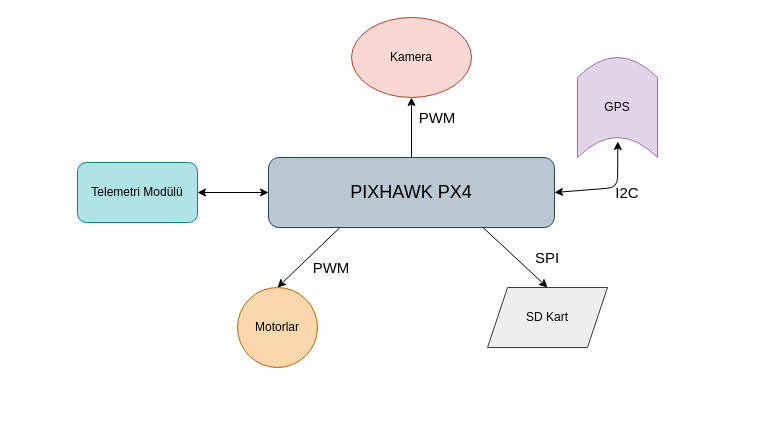
Above: Model Satellite Diagrams/Communications-Diagram.drawio in mthaasen/My-Diagrams (draw.io), before the change. Source tidied: cells renumbered, new cells numbered last; positions are measured from the earlier drawing's top-left corner, leaving out a move shared by most shapes. Both pictures are drawn from the tidied source at 100%, with x=0, y=0 at pixel (77, 17).
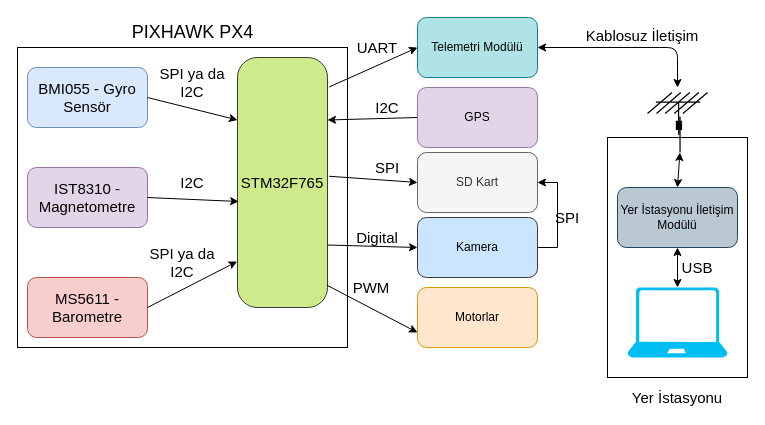
The same diagram, later.

What changed in the source:
```diff
@@
+    <mxCell id="17" style="rounded=0;whiteSpace=wrap;html=1;fillColor=none;" parent="1" vertex="1">
+      <mxGeometry x="-60" y="30" width="330" height="300" as="geometry" />
+    </mxCell>
+    <mxCell id="18" style="rounded=0;whiteSpace=wrap;html=1;fillColor=none;gradientColor=none;" parent="1" vertex="1">
+      <mxGeometry x="530" y="120" width="140" height="240" as="geometry" />
+    </mxCell>
-    <mxCell id="2" value="&lt;font style=&quot;font-size: 18px&quot;&gt;PIXHAWK PX4&lt;/font&gt;" style="rounded=1;whiteSpace=wrap;html=1;fillColor=#bac8d3;strokeColor=#23445d;" parent="1" vertex="1">
-      <mxGeometry x="191" y="140" width="286" height="70" as="geometry" />
+    <mxCell id="2" value="&lt;font style=&quot;font-size: 15px&quot;&gt;STM32F765&lt;/font&gt;" style="rounded=1;whiteSpace=wrap;html=1;fillColor=#cdeb8b;strokeColor=#36393d;arcSize=22;" parent="1" vertex="1">
+      <mxGeometry x="160" y="40" width="90" height="250" as="geometry" />
     </mxCell>
-    <mxCell id="3" value="Kamera" style="ellipse;whiteSpace=wrap;html=1;fillColor=#fad9d5;strokeColor=#ae4132;" parent="1" vertex="1">
-      <mxGeometry x="274" width="120" height="80" as="geometry" />
-    </mxCell>
     <mxCell id="4" value="Telemetri Modülü" style="rounded=1;whiteSpace=wrap;html=1;fillColor=#b0e3e6;strokeColor=#0e8088;" parent="1" vertex="1">
-      <mxGeometry y="145" width="120" height="60" as="geometry" />
+      <mxGeometry x="340" width="120" height="60" as="geometry" />
     </mxCell>
-    <mxCell id="5" style="endArrow=classic;startArrow=classic;html=1;entryX=0;entryY=0.5;entryDx=0;entryDy=0;exitX=1;exitY=0.5;exitDx=0;exitDy=0;" parent="1" edge="1" source="4" target="2">
-      <mxGeometry relative="1" as="geometry" />
-    </mxCell>
-    <mxCell id="6" value="Motorlar" style="ellipse;whiteSpace=wrap;html=1;fillColor=#fad7ac;strokeColor=#b46504;" parent="1" vertex="1">
-      <mxGeometry x="160" y="270" width="80" height="80" as="geometry" />
-    </mxCell>
-    <mxCell id="7" style="endArrow=classic;html=1;entryX=0.5;entryY=0;entryDx=0;entryDy=0;exitX=0.25;exitY=1;exitDx=0;exitDy=0;" parent="1" edge="1" source="2" target="6">
+    <mxCell id="7" style="endArrow=classic;html=1;entryX=0;entryY=0.75;entryDx=0;entryDy=0;exitX=1;exitY=0.912;exitDx=0;exitDy=0;exitPerimeter=0;" parent="1" edge="1" source="2" target="6">
       <mxGeometry relative="1" as="geometry" />
     </mxCell>
-    <mxCell id="8" value="SD Kart" style="shape=parallelogram;perimeter=parallelogramPerimeter;whiteSpace=wrap;html=1;fixedSize=1;fillColor=#eeeeee;strokeColor=#36393d;" parent="1" vertex="1">
-      <mxGeometry x="410" y="270" width="120" height="60" as="geometry" />
-    </mxCell>
-    <mxCell id="9" style="endArrow=classic;html=1;entryX=0.5;entryY=0;entryDx=0;entryDy=0;exitX=0.75;exitY=1;exitDx=0;exitDy=0;" parent="1" edge="1" source="2" target="8">
+    <mxCell id="9" style="endArrow=classic;html=1;entryX=0;entryY=0.5;entryDx=0;entryDy=0;exitX=1.018;exitY=0.475;exitDx=0;exitDy=0;exitPerimeter=0;" parent="1" edge="1" source="2" target="8">
       <mxGeometry relative="1" as="geometry" />
     </mxCell>
-    <mxCell id="10" value="GPS&lt;br&gt;" style="shape=dataStorage;whiteSpace=wrap;html=1;fixedSize=1;rotation=90;horizontal=0;verticalAlign=middle;flipH=0;flipV=0;fillColor=#e1d5e7;strokeColor=#9673a6;" parent="1" vertex="1">
-      <mxGeometry x="490" y="50" width="100" height="80" as="geometry" />
-    </mxCell>
-    <mxCell id="11" style="endArrow=classic;startArrow=classic;html=1;exitX=1;exitY=0.5;exitDx=0;exitDy=0;entryX=0.84;entryY=0.495;entryDx=0;entryDy=0;entryPerimeter=0;" parent="1" edge="1" source="2" target="10">
-      <mxGeometry relative="1" as="geometry">
-        <Array as="points">
-          <mxPoint x="540" y="170" />
-        </Array>
-      </mxGeometry>
-    </mxCell>
     <mxCell id="12" value="&lt;font style=&quot;font-size: 15px&quot;&gt;I2C&lt;/font&gt;" style="text;html=1;strokeColor=none;fillColor=none;align=center;verticalAlign=middle;whiteSpace=wrap;rounded=0;" parent="1" vertex="1">
-      <mxGeometry x="530" y="165" width="40" height="20" as="geometry" />
+      <mxGeometry x="290" y="80" width="40" height="20" as="geometry" />
     </mxCell>
     <mxCell id="13" value="&lt;font style=&quot;font-size: 15px&quot;&gt;PWM&lt;/font&gt;" style="text;html=1;strokeColor=none;fillColor=none;align=center;verticalAlign=middle;whiteSpace=wrap;rounded=0;" parent="1" vertex="1">
-      <mxGeometry x="234" y="240" width="40" height="20" as="geometry" />
+      <mxGeometry x="273.5" y="260" width="40" height="20" as="geometry" />
     </mxCell>
-    <mxCell id="14" value="&lt;font style=&quot;font-size: 15px&quot;&gt;PWM&lt;/font&gt;" style="text;html=1;strokeColor=none;fillColor=none;align=center;verticalAlign=middle;whiteSpace=wrap;rounded=0;" parent="1" vertex="1">
-      <mxGeometry x="340" y="90" width="40" height="20" as="geometry" />
-    </mxCell>
-    <mxCell id="15" style="endArrow=classic;html=1;exitX=0.5;exitY=0;exitDx=0;exitDy=0;entryX=0.5;entryY=1;entryDx=0;entryDy=0;" parent="1" edge="1" source="2" target="3">
+    <mxCell id="15" style="endArrow=classic;html=1;exitX=1;exitY=0.75;exitDx=0;exitDy=0;entryX=0;entryY=0.5;entryDx=0;entryDy=0;" parent="1" edge="1" source="2" target="3">
       <mxGeometry relative="1" as="geometry" />
     </mxCell>
     <mxCell id="16" value="&lt;font style=&quot;font-size: 15px&quot;&gt;SPI&lt;/font&gt;" style="text;html=1;strokeColor=none;fillColor=none;align=center;verticalAlign=middle;whiteSpace=wrap;rounded=0;" parent="1" vertex="1">
-      <mxGeometry x="450" y="230" width="40" height="20" as="geometry" />
+      <mxGeometry x="290" y="140" width="40" height="20" as="geometry" />
     </mxCell>
+    <mxCell id="19" value="&lt;font style=&quot;font-size: 15px&quot;&gt;UART&lt;/font&gt;" style="text;html=1;strokeColor=none;fillColor=none;align=center;verticalAlign=middle;whiteSpace=wrap;rounded=0;" parent="1" vertex="1">
+      <mxGeometry x="280" y="20" width="40" height="20" as="geometry" />
+    </mxCell>
+    <mxCell id="20" style="endArrow=classic;html=1;entryX=0;entryY=0.5;entryDx=0;entryDy=0;exitX=1.018;exitY=0.118;exitDx=0;exitDy=0;exitPerimeter=0;" parent="1" edge="1" source="2" target="4">
+      <mxGeometry relative="1" as="geometry" />
+    </mxCell>
+    <mxCell id="21" value="&lt;font style=&quot;font-size: 15px&quot;&gt;Digital&lt;/font&gt;" style="text;html=1;strokeColor=none;fillColor=none;align=center;verticalAlign=middle;whiteSpace=wrap;rounded=0;" parent="1" vertex="1">
+      <mxGeometry x="280" y="210" width="40" height="20" as="geometry" />
+    </mxCell>
+    <mxCell id="22" value="&lt;font style=&quot;font-size: 15px&quot;&gt;SPI&lt;/font&gt;" style="text;html=1;strokeColor=none;fillColor=none;align=center;verticalAlign=middle;whiteSpace=wrap;rounded=0;" parent="1" vertex="1">
+      <mxGeometry x="470" y="190" width="40" height="20" as="geometry" />
+    </mxCell>
+    <mxCell id="23" style="endArrow=classic;html=1;exitX=0;exitY=0.5;exitDx=0;exitDy=0;entryX=1;entryY=0.25;entryDx=0;entryDy=0;" parent="1" edge="1" source="10" target="2">
+      <mxGeometry relative="1" as="geometry" />
+    </mxCell>
+    <mxCell id="6" value="Motorlar" style="rounded=1;whiteSpace=wrap;html=1;fillColor=#ffe6cc;strokeColor=#d79b00;" parent="1" vertex="1">
+      <mxGeometry x="340" y="270" width="120" height="60" as="geometry" />
+    </mxCell>
+    <mxCell id="10" value="GPS" style="rounded=1;whiteSpace=wrap;html=1;fillColor=#e1d5e7;strokeColor=#9673a6;" parent="1" vertex="1">
+      <mxGeometry x="340" y="70" width="120" height="60" as="geometry" />
+    </mxCell>
+    <mxCell id="8" value="SD Kart" style="rounded=1;whiteSpace=wrap;html=1;fillColor=#f5f5f5;strokeColor=#666666;fontColor=#333333;" parent="1" vertex="1">
+      <mxGeometry x="340" y="135" width="120" height="60" as="geometry" />
+    </mxCell>
+    <mxCell id="24" style="edgeStyle=orthogonalEdgeStyle;rounded=0;jettySize=auto;html=1;exitX=1;exitY=0.5;exitDx=0;exitDy=0;entryX=1;entryY=0.5;entryDx=0;entryDy=0;" parent="1" edge="1" source="3" target="8">
+      <mxGeometry relative="1" as="geometry" />
+    </mxCell>
+    <mxCell id="3" value="Kamera" style="rounded=1;whiteSpace=wrap;html=1;fillColor=#cce5ff;strokeColor=#36393d;" parent="1" vertex="1">
+      <mxGeometry x="340" y="200" width="120" height="60" as="geometry" />
+    </mxCell>
+    <mxCell id="25" value="&lt;font style=&quot;font-size: 15px&quot;&gt;BMI055 - Gyro Sensör&lt;/font&gt;" style="rounded=1;whiteSpace=wrap;html=1;fillColor=#dae8fc;strokeColor=#6c8ebf;" parent="1" vertex="1">
+      <mxGeometry x="-50" y="50" width="120" height="60" as="geometry" />
+    </mxCell>
+    <mxCell id="26" style="endArrow=classic;html=1;exitX=1;exitY=0.5;exitDx=0;exitDy=0;entryX=0;entryY=0.25;entryDx=0;entryDy=0;" parent="1" edge="1" source="25" target="2">
+      <mxGeometry relative="1" as="geometry" />
+    </mxCell>
+    <mxCell id="27" value="&lt;font style=&quot;font-size: 15px&quot;&gt;SPI ya da I2C&lt;/font&gt;" style="text;html=1;strokeColor=none;fillColor=none;align=center;verticalAlign=middle;whiteSpace=wrap;rounded=0;" parent="1" vertex="1">
+      <mxGeometry x="70" y="50" width="90" height="30" as="geometry" />
+    </mxCell>
+    <mxCell id="28" value="&lt;font style=&quot;font-size: 15px&quot;&gt;IST8310 - Magnetometre&lt;/font&gt;" style="rounded=1;whiteSpace=wrap;html=1;fillColor=#e1d5e7;strokeColor=#9673a6;" parent="1" vertex="1">
+      <mxGeometry x="-50" y="150" width="120" height="60" as="geometry" />
+    </mxCell>
+    <mxCell id="29" style="endArrow=classic;html=1;exitX=1;exitY=0.5;exitDx=0;exitDy=0;entryX=0.013;entryY=0.576;entryDx=0;entryDy=0;entryPerimeter=0;" parent="1" edge="1" source="28" target="2">
+      <mxGeometry relative="1" as="geometry" />
+    </mxCell>
+    <mxCell id="30" value="&lt;font style=&quot;font-size: 15px&quot;&gt;I2C&lt;/font&gt;" style="text;html=1;strokeColor=none;fillColor=none;align=center;verticalAlign=middle;whiteSpace=wrap;rounded=0;" parent="1" vertex="1">
+      <mxGeometry x="95" y="155" width="40" height="20" as="geometry" />
+    </mxCell>
+    <mxCell id="31" value="&lt;font style=&quot;font-size: 15px&quot;&gt;MS5611 - Barometre&lt;/font&gt;" style="rounded=1;whiteSpace=wrap;html=1;fillColor=#f8cecc;strokeColor=#b85450;" parent="1" vertex="1">
+      <mxGeometry x="-50" y="260" width="120" height="60" as="geometry" />
+    </mxCell>
+    <mxCell id="32" style="endArrow=classic;html=1;exitX=1;exitY=0.5;exitDx=0;exitDy=0;entryX=-0.004;entryY=0.816;entryDx=0;entryDy=0;entryPerimeter=0;" parent="1" edge="1" source="31" target="2">
+      <mxGeometry relative="1" as="geometry" />
+    </mxCell>
+    <mxCell id="33" value="&lt;font style=&quot;font-size: 15px&quot;&gt;SPI ya da I2C&lt;/font&gt;" style="text;html=1;strokeColor=none;fillColor=none;align=center;verticalAlign=middle;whiteSpace=wrap;rounded=0;" parent="1" vertex="1">
+      <mxGeometry x="60" y="230" width="90" height="30" as="geometry" />
+    </mxCell>
+    <mxCell id="34" value="&lt;font style=&quot;font-size: 18px&quot;&gt;PIXHAWK PX4&lt;/font&gt;" style="text;html=1;strokeColor=none;fillColor=none;align=center;verticalAlign=middle;whiteSpace=wrap;rounded=0;" parent="1" vertex="1">
+      <mxGeometry x="42.5" y="10" width="145" height="10" as="geometry" />
+    </mxCell>
+    <mxCell id="35" style="endArrow=classic;startArrow=classic;html=1;entryX=1;entryY=0.5;entryDx=0;entryDy=0;" parent="1" edge="1" target="4">
+      <mxGeometry relative="1" as="geometry">
+        <mxPoint x="600" y="70" as="sourcePoint" />
+        <Array as="points">
+          <mxPoint x="600" y="30" />
+        </Array>
+      </mxGeometry>
+    </mxCell>
+    <mxCell id="36" value="Yer İstasyonu İletişim Modülü" style="rounded=1;whiteSpace=wrap;html=1;fillColor=#bac8d3;strokeColor=#23445d;" parent="1" vertex="1">
+      <mxGeometry x="540" y="170" width="120" height="60" as="geometry" />
+    </mxCell>
+    <mxCell id="37" value="&lt;font style=&quot;font-size: 15px&quot;&gt;Kablosuz İletişim&lt;/font&gt;" style="text;html=1;strokeColor=none;fillColor=none;align=center;verticalAlign=middle;whiteSpace=wrap;rounded=0;" parent="1" vertex="1">
+      <mxGeometry x="490" y="10" width="150" height="15" as="geometry" />
+    </mxCell>
+    <mxCell id="38" style="verticalLabelPosition=bottom;html=1;verticalAlign=top;align=center;strokeColor=none;fillColor=#00BEF2;shape=mxgraph.azure.laptop;" parent="1" vertex="1">
+      <mxGeometry x="550" y="270" width="100" height="70" as="geometry" />
+    </mxCell>
+    <mxCell id="39" style="shape=mxgraph.cisco.wireless.antenna;html=1;dashed=0;fillColor=#036897;strokeColor=#ffffff;strokeWidth=2;verticalLabelPosition=bottom;verticalAlign=top;align=center;outlineConnect=0;" parent="1" vertex="1">
+      <mxGeometry x="570" y="75" width="60" height="60" as="geometry" />
+    </mxCell>
+    <mxCell id="40" value="&lt;font style=&quot;font-size: 15px&quot;&gt;Yer İstasyonu&lt;/font&gt;" style="text;html=1;strokeColor=none;fillColor=none;align=center;verticalAlign=middle;whiteSpace=wrap;rounded=0;" parent="1" vertex="1">
+      <mxGeometry x="540" y="370" width="120" height="20" as="geometry" />
+    </mxCell>
+    <mxCell id="41" style="endArrow=classic;startArrow=classic;html=1;exitX=0.5;exitY=0;exitDx=0;exitDy=0;entryX=0.54;entryY=1;entryDx=0;entryDy=0;entryPerimeter=0;" parent="1" edge="1" source="36" target="39">
+      <mxGeometry relative="1" as="geometry" />
+    </mxCell>
+    <mxCell id="42" style="endArrow=classic;startArrow=classic;html=1;exitX=0.5;exitY=0;exitDx=0;exitDy=0;exitPerimeter=0;entryX=0.5;entryY=1;entryDx=0;entryDy=0;" parent="1" edge="1" source="38" target="36">
+      <mxGeometry relative="1" as="geometry" />
+    </mxCell>
+    <mxCell id="43" value="&lt;font style=&quot;font-size: 15px&quot;&gt;USB&lt;/font&gt;" style="text;html=1;strokeColor=none;fillColor=none;align=center;verticalAlign=middle;whiteSpace=wrap;rounded=0;" parent="1" vertex="1">
+      <mxGeometry x="600" y="240" width="40" height="20" as="geometry" />
+    </mxCell>
```
